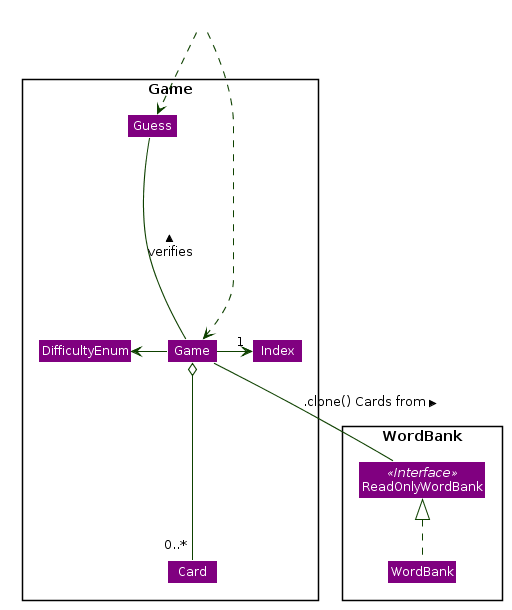
nus-cs2103-AY1920S1/addressbook-level3 keeps this PlantUML diagram as docs/images/GameClassDiagram.png. Above is the earlier version. Its diagram source:
```plantuml
@startuml





skinparam BackgroundColor #FFFFFFF

skinparam Shadowing false

skinparam Class {
    FontColor #FFFFFF
    BorderThickness 1
    BorderColor #FFFFFF
    StereotypeFontColor #FFFFFF
    FontName Arial
}

skinparam Actor {
    BorderColor #000000
    Color #000000
    FontName Arial
}

skinparam Sequence {
    MessageAlign center
    BoxFontSize 15
    BoxPadding 0
    BoxFontColor #FFFFFF
    FontName Arial
}

skinparam Participant {
    FontColor #FFFFFFF
    Padding 20
}

skinparam MinClassWidth 50
skinparam ParticipantPadding 10
skinparam Shadowing false
skinparam DefaultTextAlignment center
skinparam packageStyle Rectangle

hide footbox
hide members
hide circle


skinparam arrowThickness 1.1
skinparam arrowColor #0E4100
skinparam classBackgroundColor #800080

package Game <<Rectangle>>{
Class Game {
    boolean isOver
}
enum DifficultyEnum {
    EASY
    MEDIUM
    HARD
}

Class Card
Class Index
Class Guess

}

package WordBank <<Rectangle>>{
Class ReadOnlyWordBank <<Interface>>
Class WordBank
}


Game o--down-"0..*" Card
Game -left-> DifficultyEnum
Game --right->"1" Index
Game --up-- Guess :verifies >
Class HiddenOutside #FFFFFF
HiddenOutside ..> Game
HiddenOutside ..> Guess
Game -- ReadOnlyWordBank :.clone() Cards from >
WordBank .up.|> ReadOnlyWordBank
@enduml
```
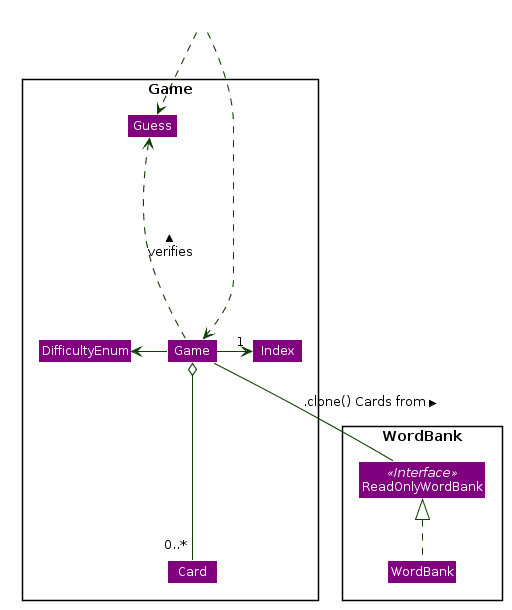
Above is the later version.

Diff of the diagram source:
```diff
@@ -75,7 +75,7 @@
 Game o--down-"0..*" Card
 Game -left-> DifficultyEnum
 Game --right->"1" Index
-Game --up-- Guess :verifies >
+Game ..up..> Guess :verifies >
 Class HiddenOutside #FFFFFF
 HiddenOutside ..> Game
 HiddenOutside ..> Guess
```
